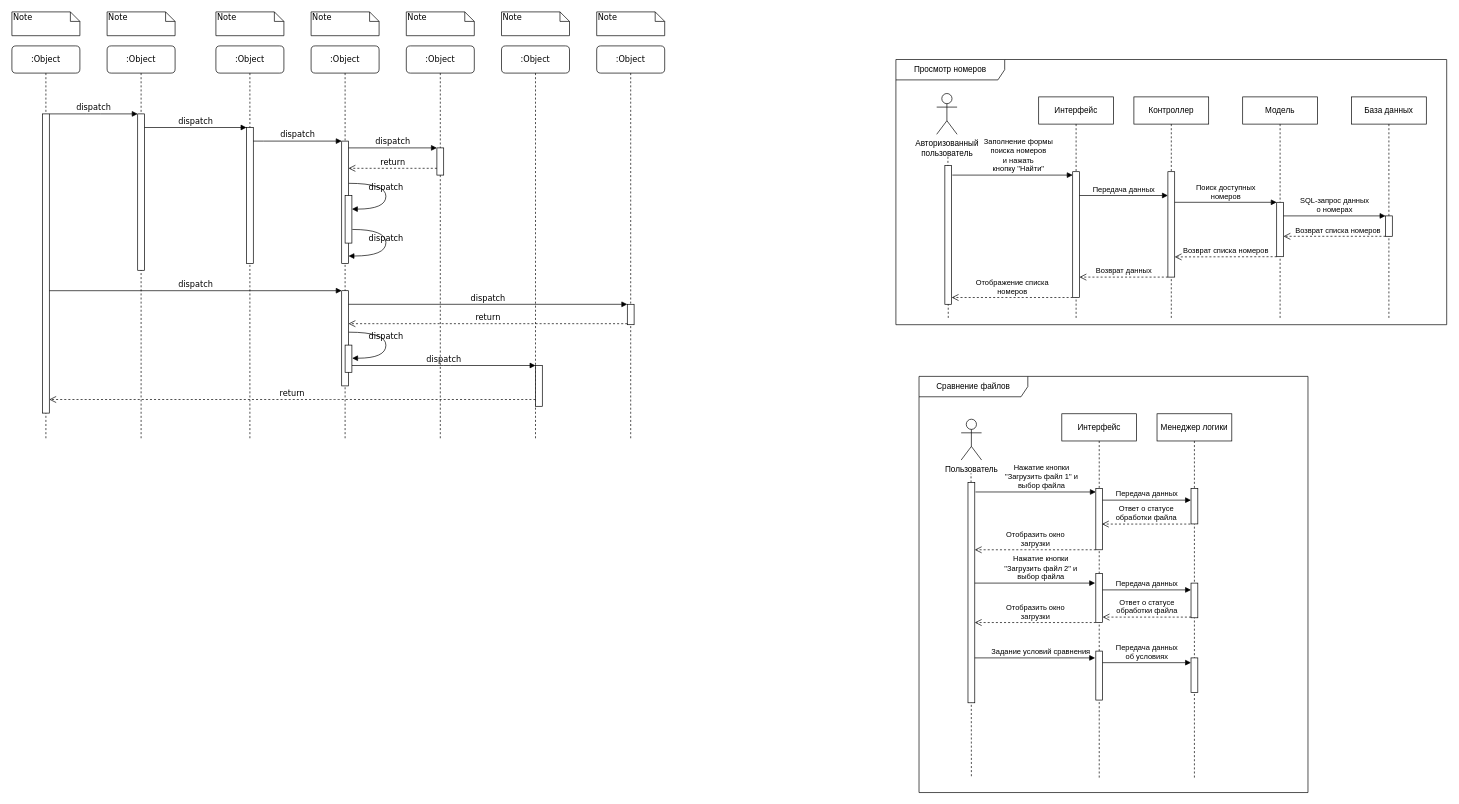
Before: 3rd year/Summer_practice/Диаграмма_последовательностей.drawio in flown09/susu, a draw.io diagram. Source tidied: cells renumbered, new cells numbered last; positions are measured from the earlier drawing's top-left corner, leaving out a move shared by most shapes. Both pictures are drawn from the tidied source at 68%, with x=0, y=0 at pixel (12, 12).
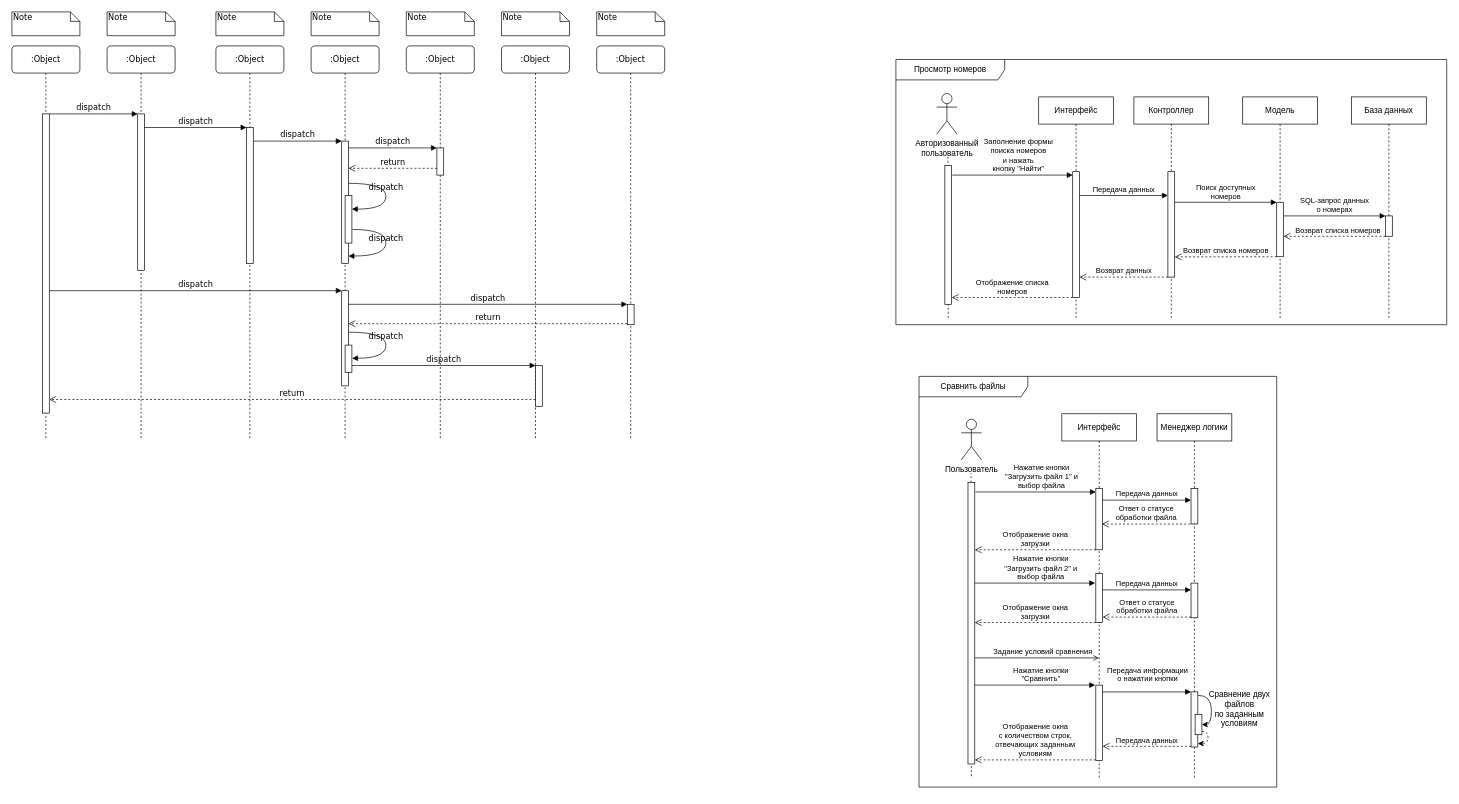
After the change.

Commit message (it also covers changes not shown here):
сделал все диаграммы на практику

Unchanged cells that the change refers to:
```xml
<mxCell id="62" value="Интерфейс" style="shape=umlLifeline;perimeter=lifelinePerimeter;whiteSpace=wrap;html=1;outlineConnect=0;portConstraint=eastwest;newEdgeStyle={&quot;curved&quot;:0,&quot;rounded&quot;:0};" parent="59" vertex="1">
  <mxGeometry x="210" y="55" width="110" height="535" as="geometry" />
</mxCell>
<mxCell id="67" value="Менеджер логики" style="shape=umlLifeline;perimeter=lifelinePerimeter;whiteSpace=wrap;html=1;newEdgeStyle={&quot;curved&quot;:0,&quot;rounded&quot;:0};" parent="59" vertex="1">
  <mxGeometry x="350" y="55" width="110" height="535" as="geometry" />
</mxCell>
```

What changed in the source:
```diff
@@
-    <mxCell id="59" value="Сравнение файлов" style="shape=umlFrame;whiteSpace=wrap;html=1;width=160;" parent="1" vertex="1">
-      <mxGeometry x="1334" y="536" width="572" height="612" as="geometry" />
+    <mxCell id="59" value="Сравнить файлы" style="shape=umlFrame;whiteSpace=wrap;html=1;width=160;" parent="1" vertex="1">
+      <mxGeometry x="1334" y="536" width="526" height="604" as="geometry" />
     </mxCell>
@@
-    <mxCell id="65" style="html=1;perimeter=orthogonalPerimeter;targetShapes=umlLifeline;newEdgeStyle={&quot;curved&quot;:0,&quot;rounded&quot;:0};" parent="62" vertex="1">
-      <mxGeometry x="50" y="349" width="10" height="72" as="geometry" />
-    </mxCell>
+    <mxCell id="81" style="html=1;perimeter=orthogonalPerimeter;targetShapes=umlLifeline;newEdgeStyle={&quot;curved&quot;:0,&quot;rounded&quot;:0};" parent="62" vertex="1">
+      <mxGeometry x="50" y="399" width="10" height="111" as="geometry" />
+    </mxCell>
@@
-    <mxCell id="70" style="html=1;perimeter=orthogonalPerimeter;targetShapes=umlLifeline;newEdgeStyle={&quot;curved&quot;:0,&quot;rounded&quot;:0};" parent="67" vertex="1">
-      <mxGeometry x="50" y="359" width="10" height="51" as="geometry" />
-    </mxCell>
+    <mxCell id="82" style="html=1;points=[[0,0,0,0,5],[0,1,0,0,-5],[1,0,0,0,5],[1,1,0,0,-5]];perimeter=orthogonalPerimeter;outlineConnect=0;targetShapes=umlLifeline;portConstraint=eastwest;newEdgeStyle={&quot;curved&quot;:0,&quot;rounded&quot;:0};" parent="67" vertex="1">
+      <mxGeometry x="50" y="409" width="10" height="81" as="geometry" />
+    </mxCell>
@@
     <mxCell id="73" style="html=1;points=[[0,0,0,0,5],[0,1,0,0,-5],[1,0,0,0,5],[1,1,0,0,-5]];perimeter=orthogonalPerimeter;outlineConnect=0;targetShapes=umlLifeline;portConstraint=eastwest;newEdgeStyle={&quot;curved&quot;:0,&quot;rounded&quot;:0};" parent="59" vertex="1">
-      <mxGeometry x="72" y="156" width="10" height="324" as="geometry" />
+      <mxGeometry x="72" y="156" width="10" height="414" as="geometry" />
     </mxCell>
-    <mxCell id="74" value="&lt;span&gt;Отобразить окно&lt;/span&gt;&lt;div&gt;&lt;span&gt;загрузки&lt;/span&gt;&lt;/div&gt;" style="html=1;verticalAlign=bottom;endArrow=open;dashed=1;endSize=8;curved=0;rounded=0;" parent="59" edge="1" target="73">
+    <mxCell id="74" value="&lt;span&gt;Отображение окна&lt;/span&gt;&lt;div&gt;&lt;span&gt;загрузки&lt;/span&gt;&lt;/div&gt;" style="html=1;verticalAlign=bottom;endArrow=open;dashed=1;endSize=8;curved=0;rounded=0;" parent="59" edge="1" target="73">
       <mxGeometry relative="1" as="geometry">
         <mxPoint x="260" y="255" as="sourcePoint" />
       </mxGeometry>
     </mxCell>
@@
-    <mxCell id="78" value="&lt;span&gt;Отобразить окно&lt;/span&gt;&lt;div&gt;&lt;span&gt;загрузки&lt;/span&gt;&lt;/div&gt;" style="html=1;verticalAlign=bottom;endArrow=open;dashed=1;endSize=8;curved=0;rounded=0;" parent="59" edge="1">
+    <mxCell id="78" value="Отображение окна&lt;div&gt;загрузки&lt;/div&gt;" style="html=1;verticalAlign=bottom;endArrow=open;dashed=1;endSize=8;curved=0;rounded=0;" parent="59" edge="1">
       <mxGeometry relative="1" as="geometry">
         <mxPoint x="260" y="362" as="sourcePoint" />
         <mxPoint x="82" y="362" as="targetPoint" />
       </mxGeometry>
     </mxCell>
-    <mxCell id="79" value="Задание условий сравнения" style="html=1;verticalAlign=bottom;endArrow=block;curved=0;rounded=0;entryX=0;entryY=0;entryDx=0;entryDy=5;labelBackgroundColor=none;" parent="59" edge="1">
+    <mxCell id="79" value="Задание условий сравнения" style="html=1;verticalAlign=bottom;endArrow=open;curved=0;rounded=0;labelBackgroundColor=none;endFill=0;" parent="59" edge="1" target="62">
       <mxGeometry x="0.1" relative="1" as="geometry">
         <mxPoint x="82" y="414" as="sourcePoint" />
-        <mxPoint x="259" y="414" as="targetPoint" />
       </mxGeometry>
     </mxCell>
-    <mxCell id="80" value="Передача данных&lt;div&gt;об условиях&lt;/div&gt;" style="html=1;verticalAlign=bottom;endArrow=block;curved=0;rounded=0;" parent="59" edge="1">
-      <mxGeometry relative="1" as="geometry">
-        <mxPoint x="270" y="421" as="sourcePoint" />
-        <mxPoint x="400" y="421" as="targetPoint" />
-      </mxGeometry>
-    </mxCell>
+    <mxCell id="83" value="Нажатие кнопки&lt;div&gt;&quot;Сравнить&quot;&lt;/div&gt;" style="html=1;verticalAlign=bottom;endArrow=block;curved=0;rounded=0;entryX=0;entryY=0;entryDx=0;entryDy=5;labelBackgroundColor=none;" parent="59" edge="1">
+      <mxGeometry x="0.1" relative="1" as="geometry">
+        <mxPoint x="82" y="454" as="sourcePoint" />
+        <mxPoint x="259" y="454" as="targetPoint" />
+      </mxGeometry>
+    </mxCell>
+    <mxCell id="84" value="Передача информации&lt;div&gt;о нажатии кнопки&lt;/div&gt;" style="html=1;verticalAlign=bottom;endArrow=block;curved=0;rounded=0;" parent="59" edge="1">
+      <mxGeometry x="0.02" y="10" relative="1" as="geometry">
+        <mxPoint x="270" y="464" as="sourcePoint" />
+        <mxPoint x="400" y="464" as="targetPoint" />
+      </mxGeometry>
+    </mxCell>
+    <mxCell id="85" value="Сравнение двух&lt;div&gt;файлов&lt;div&gt;по заданным&lt;/div&gt;&lt;div&gt;условиям&lt;/div&gt;&lt;/div&gt;" style="text;html=1;align=center;verticalAlign=middle;strokeColor=none;fillColor=none;" parent="59" vertex="1">
+      <mxGeometry x="416" y="454" width="110" height="70" as="geometry" />
+    </mxCell>
+    <mxCell id="86" value="Передача данных" style="html=1;verticalAlign=bottom;endArrow=open;dashed=1;endSize=8;curved=0;rounded=0;" parent="59" edge="1">
+      <mxGeometry relative="1" as="geometry">
+        <mxPoint x="400" y="544" as="sourcePoint" />
+        <mxPoint x="270" y="544" as="targetPoint" />
+      </mxGeometry>
+    </mxCell>
+    <mxCell id="87" value="&lt;span&gt;Отображение окна&lt;/span&gt;&lt;div&gt;&lt;span&gt;с количеством строк,&lt;/span&gt;&lt;/div&gt;&lt;div&gt;отвечающих заданным&lt;/div&gt;&lt;div&gt;условиям&lt;/div&gt;" style="html=1;verticalAlign=bottom;endArrow=open;dashed=1;endSize=8;curved=0;rounded=0;" parent="59" edge="1">
+      <mxGeometry relative="1" as="geometry">
+        <mxPoint x="260" y="564" as="sourcePoint" />
+        <mxPoint x="82" y="564" as="targetPoint" />
+      </mxGeometry>
+    </mxCell>
+    <mxCell id="88" style="html=1;points=[[0,0,0,0,5],[0,1,0,0,-5],[1,0,0,0,5],[1,1,0,0,-5]];perimeter=orthogonalPerimeter;outlineConnect=0;targetShapes=umlLifeline;portConstraint=eastwest;newEdgeStyle={&quot;curved&quot;:0,&quot;rounded&quot;:0};" parent="1" vertex="1">
+      <mxGeometry x="1740" y="1033" width="10" height="30" as="geometry" />
+    </mxCell>
+    <mxCell id="89" style="edgeStyle=orthogonalEdgeStyle;rounded=0;jettySize=auto;html=1;curved=1;exitX=1;exitY=0;exitDx=0;exitDy=5;exitPerimeter=0;" parent="1" edge="1" source="82" target="88">
+      <mxGeometry relative="1" as="geometry" />
+    </mxCell>
+    <mxCell id="90" style="edgeStyle=orthogonalEdgeStyle;rounded=0;jettySize=auto;html=1;curved=1;exitX=1;exitY=1;exitDx=0;exitDy=-5;exitPerimeter=0;entryX=1;entryY=1;entryDx=0;entryDy=-5;entryPerimeter=0;dashed=1;" parent="1" edge="1" source="88" target="82">
+      <mxGeometry relative="1" as="geometry">
+        <Array as="points">
+          <mxPoint x="1759" y="1058" />
+          <mxPoint x="1759" y="1076" />
+        </Array>
+      </mxGeometry>
+    </mxCell>
```
